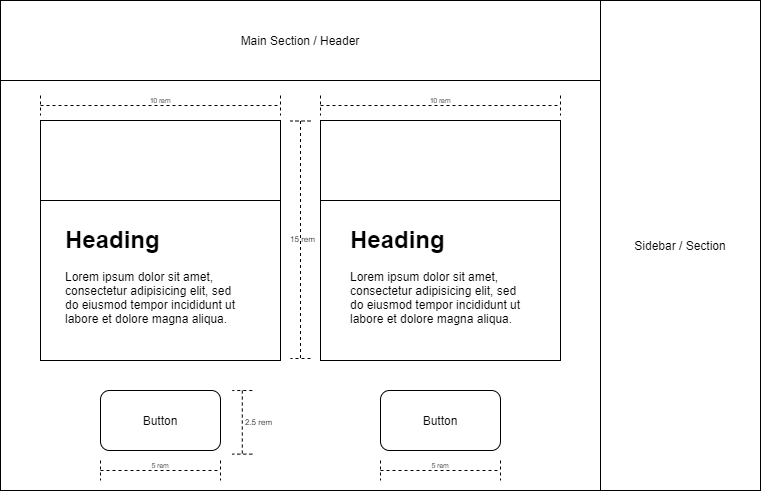
Earlier version of the draw.io export responsive-sizing-using-rem/assets/webpage.png (Urban-Labor-Union/document-atlas). Source tidied: cells renumbered, new cells last; positions are measured from the earlier drawing's top-left corner, leaving out a move shared by most shapes.
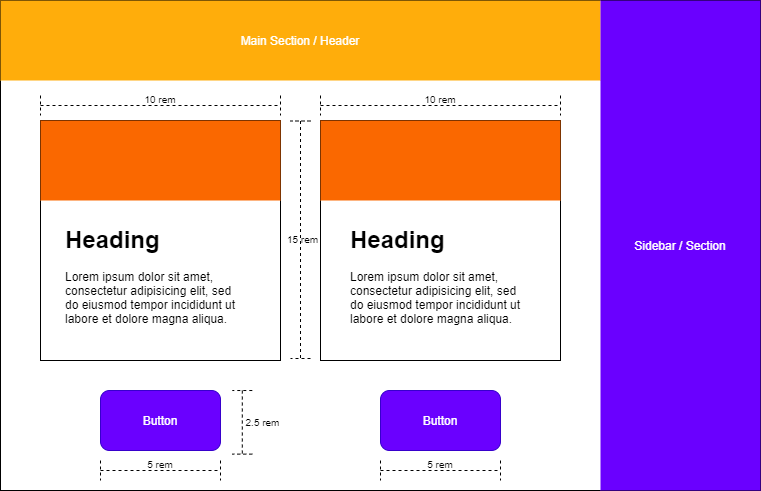
Later version of the same file.

Diff of the diagram source:
```diff
@@ -5,10 +5,10 @@
     <mxCell id="2" style="rounded=0;whiteSpace=wrap;html=1;" parent="1" vertex="1">
       <mxGeometry width="760" height="490" as="geometry" />
     </mxCell>
-    <mxCell id="3" value="&lt;p&gt;&lt;font style=&quot;font-size: 12px&quot;&gt;Main Section / Header&lt;/font&gt;&lt;/p&gt;" style="rounded=0;whiteSpace=wrap;html=1;" parent="1" vertex="1">
+    <mxCell id="3" value="&lt;p&gt;&lt;font style=&quot;font-size: 12px&quot;&gt;Main Section / Header&lt;/font&gt;&lt;/p&gt;" style="rounded=0;whiteSpace=wrap;html=1;fontColor=#ffffff;strokeColor=none;fillColor=#FFAD0B;" parent="1" vertex="1">
       <mxGeometry width="600" height="80" as="geometry" />
     </mxCell>
-    <mxCell id="4" value="Sidebar / Section" style="rounded=0;whiteSpace=wrap;html=1;" parent="1" vertex="1">
+    <mxCell id="4" value="Sidebar / Section" style="rounded=0;whiteSpace=wrap;html=1;fillColor=#6a00ff;fontColor=#ffffff;strokeColor=none;" parent="1" vertex="1">
       <mxGeometry x="600" width="160" height="490" as="geometry" />
     </mxCell>
     <mxCell id="5" style="rounded=0;whiteSpace=wrap;html=1;" parent="1" vertex="1">
@@ -17,10 +17,10 @@
     <mxCell id="6" style="rounded=0;whiteSpace=wrap;html=1;" parent="1" vertex="1">
       <mxGeometry x="320" y="120" width="240" height="240" as="geometry" />
     </mxCell>
-    <mxCell id="7" style="rounded=0;whiteSpace=wrap;html=1;" parent="1" vertex="1">
+    <mxCell id="7" style="rounded=0;whiteSpace=wrap;html=1;fillColor=#fa6800;fontColor=#ffffff;strokeColor=none;" parent="1" vertex="1">
       <mxGeometry x="40" y="120" width="240" height="80" as="geometry" />
     </mxCell>
-    <mxCell id="8" style="rounded=0;whiteSpace=wrap;html=1;" parent="1" vertex="1">
+    <mxCell id="8" style="rounded=0;whiteSpace=wrap;html=1;fillColor=#fa6800;fontColor=#ffffff;strokeColor=none;" parent="1" vertex="1">
       <mxGeometry x="320" y="120" width="240" height="80" as="geometry" />
     </mxCell>
     <mxCell id="9" value="&lt;h1&gt;Heading&lt;/h1&gt;&lt;p&gt;Lorem ipsum dolor sit amet, consectetur adipisicing elit, sed do eiusmod tempor incididunt ut labore et dolore magna aliqua.&lt;/p&gt;" style="text;html=1;strokeColor=none;fillColor=none;spacing=5;spacingTop=-20;whiteSpace=wrap;overflow=hidden;rounded=0;" parent="1" vertex="1">
@@ -29,28 +29,28 @@
     <mxCell id="10" value="&lt;h1&gt;Heading&lt;/h1&gt;&lt;p&gt;Lorem ipsum dolor sit amet, consectetur adipisicing elit, sed do eiusmod tempor incididunt ut labore et dolore magna aliqua.&lt;/p&gt;" style="text;html=1;strokeColor=none;fillColor=none;spacing=5;spacingTop=-20;whiteSpace=wrap;overflow=hidden;rounded=0;" parent="1" vertex="1">
       <mxGeometry x="345" y="220" width="190" height="120" as="geometry" />
     </mxCell>
-    <mxCell id="11" value="Button" style="rounded=1;whiteSpace=wrap;html=1;" parent="1" vertex="1">
+    <mxCell id="11" value="Button" style="rounded=1;whiteSpace=wrap;html=1;fillColor=#6a00ff;strokeColor=#3700CC;fontColor=#ffffff;" parent="1" vertex="1">
       <mxGeometry x="100" y="390" width="120" height="60" as="geometry" />
     </mxCell>
-    <mxCell id="12" value="Button" style="rounded=1;whiteSpace=wrap;html=1;" parent="1" vertex="1">
+    <mxCell id="12" value="Button" style="rounded=1;whiteSpace=wrap;html=1;fillColor=#6a00ff;strokeColor=#3700CC;fontColor=#ffffff;" parent="1" vertex="1">
       <mxGeometry x="380" y="390" width="120" height="60" as="geometry" />
     </mxCell>
-    <mxCell id="13" value="&lt;p&gt;&lt;font style=&quot;font-size: 8px&quot;&gt;&lt;sup&gt;10 rem&lt;/sup&gt;&lt;/font&gt;&lt;/p&gt;" style="shape=crossbar;whiteSpace=wrap;html=1;rounded=1;align=center;labelPosition=center;verticalLabelPosition=middle;verticalAlign=middle;spacingTop=-8;dashed=1;" parent="1" vertex="1">
+    <mxCell id="13" value="&lt;p style=&quot;font-size: 10px;&quot;&gt;&lt;font style=&quot;font-size: 10px;&quot;&gt;&lt;sup style=&quot;font-size: 10px;&quot;&gt;10 rem&lt;/sup&gt;&lt;/font&gt;&lt;/p&gt;" style="shape=crossbar;whiteSpace=wrap;html=1;rounded=1;align=center;labelPosition=center;verticalLabelPosition=middle;verticalAlign=middle;spacingTop=-8;dashed=1;fontSize=10;" parent="1" vertex="1">
       <mxGeometry x="40" y="95" width="240" height="20" as="geometry" />
     </mxCell>
-    <mxCell id="14" value="&lt;p&gt;&lt;font style=&quot;font-size: 8px&quot;&gt;&lt;sup&gt;10 rem&lt;/sup&gt;&lt;/font&gt;&lt;/p&gt;" style="shape=crossbar;whiteSpace=wrap;html=1;rounded=1;align=center;labelPosition=center;verticalLabelPosition=middle;verticalAlign=middle;spacingTop=-8;dashed=1;" parent="1" vertex="1">
+    <mxCell id="14" value="&lt;p style=&quot;font-size: 10px;&quot;&gt;&lt;font style=&quot;font-size: 10px;&quot;&gt;&lt;sup style=&quot;font-size: 10px;&quot;&gt;10 rem&lt;/sup&gt;&lt;/font&gt;&lt;/p&gt;" style="shape=crossbar;whiteSpace=wrap;html=1;rounded=1;align=center;labelPosition=center;verticalLabelPosition=middle;verticalAlign=middle;spacingTop=-8;dashed=1;fontSize=10;" parent="1" vertex="1">
       <mxGeometry x="320" y="95" width="240" height="20" as="geometry" />
     </mxCell>
-    <mxCell id="15" value="&lt;font style=&quot;font-size: 8px;&quot;&gt;15 rem&lt;/font&gt;" style="shape=crossbar;html=1;rounded=1;dashed=1;rotation=90;spacingTop=0;horizontal=0;fontSize=8;labelBorderColor=none;spacingLeft=4;" parent="1" vertex="1">
+    <mxCell id="15" value="&lt;font style=&quot;font-size: 10px;&quot;&gt;15 rem&lt;/font&gt;" style="shape=crossbar;html=1;rounded=1;dashed=1;rotation=90;spacingTop=0;horizontal=0;fontSize=10;labelBorderColor=none;spacingLeft=4;" parent="1" vertex="1">
       <mxGeometry x="181.2" y="229.2" width="237.5" height="20" as="geometry" />
     </mxCell>
-    <mxCell id="16" value="&lt;p&gt;&lt;font style=&quot;font-size: 8px&quot;&gt;&lt;sup&gt;5 rem&lt;/sup&gt;&lt;/font&gt;&lt;/p&gt;" style="shape=crossbar;whiteSpace=wrap;html=1;rounded=1;align=center;labelPosition=center;verticalLabelPosition=middle;verticalAlign=middle;spacingTop=-8;dashed=1;" parent="1" vertex="1">
+    <mxCell id="16" value="&lt;p style=&quot;font-size: 10px;&quot;&gt;&lt;font style=&quot;font-size: 10px;&quot;&gt;&lt;sup style=&quot;font-size: 10px;&quot;&gt;5 rem&lt;/sup&gt;&lt;/font&gt;&lt;/p&gt;" style="shape=crossbar;whiteSpace=wrap;html=1;rounded=1;align=center;labelPosition=center;verticalLabelPosition=middle;verticalAlign=middle;spacingTop=-8;dashed=1;fontSize=10;" parent="1" vertex="1">
       <mxGeometry x="100" y="460" width="120" height="20" as="geometry" />
     </mxCell>
-    <mxCell id="17" value="&lt;p&gt;&lt;font style=&quot;font-size: 8px&quot;&gt;&lt;sup&gt;5 rem&lt;/sup&gt;&lt;/font&gt;&lt;/p&gt;" style="shape=crossbar;whiteSpace=wrap;html=1;rounded=1;align=center;labelPosition=center;verticalLabelPosition=middle;verticalAlign=middle;spacingTop=-8;dashed=1;" parent="1" vertex="1">
+    <mxCell id="17" value="&lt;p style=&quot;font-size: 10px;&quot;&gt;&lt;font style=&quot;font-size: 10px;&quot;&gt;&lt;sup style=&quot;font-size: 10px;&quot;&gt;5 rem&lt;/sup&gt;&lt;/font&gt;&lt;/p&gt;" style="shape=crossbar;whiteSpace=wrap;html=1;rounded=1;align=center;labelPosition=center;verticalLabelPosition=middle;verticalAlign=middle;spacingTop=-8;dashed=1;fontSize=10;" parent="1" vertex="1">
       <mxGeometry x="380" y="460" width="120" height="20" as="geometry" />
     </mxCell>
-    <mxCell id="18" value="&lt;font style=&quot;font-size: 8px&quot;&gt;2.5 rem&lt;/font&gt;" style="shape=crossbar;html=1;rounded=1;dashed=1;rotation=90;spacingTop=0;horizontal=0;fontSize=8;labelBorderColor=none;spacingLeft=32;" parent="1" vertex="1">
+    <mxCell id="18" value="&lt;font style=&quot;font-size: 10px;&quot;&gt;2.5 rem&lt;/font&gt;" style="shape=crossbar;html=1;rounded=1;dashed=1;rotation=90;spacingTop=0;horizontal=0;fontSize=10;labelBorderColor=none;spacingLeft=40;" parent="1" vertex="1">
       <mxGeometry x="210" y="411.8" width="63.6" height="20" as="geometry" />
     </mxCell>
   </root>
```
